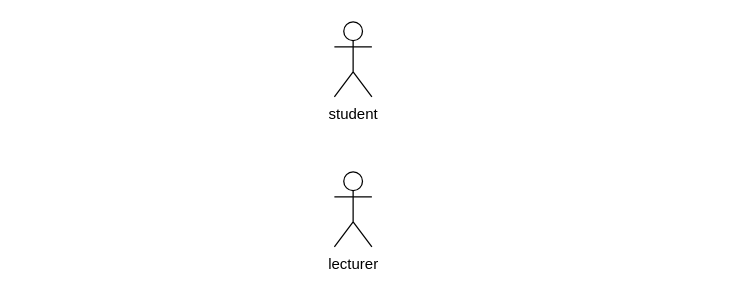
drshahizan/software-engineering keeps this draw.io diagram as project/drawio/josephlau2003.drawio. Above is the earlier version. Source tidied: cells renumbered, new cells numbered last; positions are measured from the earlier drawing's top-left corner, leaving out a move shared by most shapes. Both pictures are drawn from the tidied source at 125%, with x=0, y=0 at pixel (334, 21).
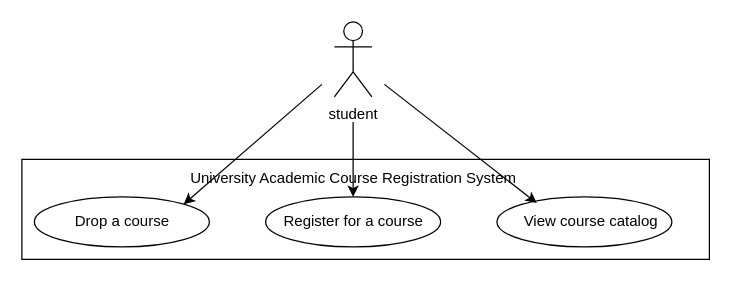
After the change.

Change to the diagram source:
```diff
@@
 <mxGraphModel>
   <root>
     <mxCell id="0" />
     <mxCell id="1" parent="0" />
     <mxCell id="2" value="student" style="shape=umlActor;verticalLabelPosition=bottom;verticalAlign=top;html=1;" parent="1" vertex="1">
       <mxGeometry width="30" height="60" as="geometry" />
     </mxCell>
-    <mxCell id="3" value="lecturer" style="shape=umlActor;verticalLabelPosition=bottom;verticalAlign=top;html=1;" parent="1" vertex="1">
-      <mxGeometry y="120" width="30" height="60" as="geometry" />
-    </mxCell>
+    <mxCell id="4" style="rounded=0;whiteSpace=wrap;html=1;" parent="1" vertex="1">
+      <mxGeometry x="-250" y="110" width="550" height="80" as="geometry" />
+    </mxCell>
+    <mxCell id="5" value="&lt;span style=&quot;text-align: left;&quot;&gt;University Academic Course Registration System&lt;/span&gt;" style="text;html=1;align=center;verticalAlign=middle;strokeColor=none;fillColor=none;" parent="1" vertex="1">
+      <mxGeometry x="-125" y="110" width="280" height="30" as="geometry" />
+    </mxCell>
+    <mxCell id="6" style="ellipse;whiteSpace=wrap;html=1;" parent="1" vertex="1">
+      <mxGeometry x="-240" y="140" width="140" height="40" as="geometry" />
+    </mxCell>
+    <mxCell id="7" style="ellipse;whiteSpace=wrap;html=1;" parent="1" vertex="1">
+      <mxGeometry x="-55" y="140" width="140" height="40" as="geometry" />
+    </mxCell>
+    <mxCell id="8" style="ellipse;whiteSpace=wrap;html=1;" parent="1" vertex="1">
+      <mxGeometry x="130" y="140" width="140" height="40" as="geometry" />
+    </mxCell>
+    <mxCell id="9" style="endArrow=classic;html=1;entryX=1;entryY=0;entryDx=0;entryDy=0;" parent="1" edge="1" target="6">
+      <mxGeometry relative="1" as="geometry">
+        <mxPoint x="-10" y="50" as="sourcePoint" />
+      </mxGeometry>
+    </mxCell>
+    <mxCell id="10" style="endArrow=classic;html=1;entryX=0.5;entryY=0;entryDx=0;entryDy=0;" parent="1" edge="1" target="7">
+      <mxGeometry relative="1" as="geometry">
+        <mxPoint x="15" y="80" as="sourcePoint" />
+      </mxGeometry>
+    </mxCell>
+    <mxCell id="11" style="endArrow=classic;html=1;entryX=0.228;entryY=0.124;entryDx=0;entryDy=0;entryPerimeter=0;" parent="1" edge="1" target="8">
+      <mxGeometry relative="1" as="geometry">
+        <mxPoint x="40" y="50" as="sourcePoint" />
+      </mxGeometry>
+    </mxCell>
+    <mxCell id="12" value="&lt;span style=&quot;text-align: left;&quot;&gt;Drop a course&lt;/span&gt;" style="text;html=1;align=center;verticalAlign=middle;strokeColor=none;fillColor=none;" parent="1" vertex="1">
+      <mxGeometry x="-220" y="145" width="100" height="30" as="geometry" />
+    </mxCell>
+    <mxCell id="13" value="&lt;span style=&quot;text-align: left;&quot;&gt;Register for a course&lt;/span&gt;" style="text;html=1;align=center;verticalAlign=middle;strokeColor=none;fillColor=none;" parent="1" vertex="1">
+      <mxGeometry x="-50" y="145" width="130" height="30" as="geometry" />
+    </mxCell>
+    <mxCell id="14" value="&lt;span style=&quot;text-align: left;&quot;&gt;View course catalog&lt;/span&gt;" style="text;html=1;align=center;verticalAlign=middle;strokeColor=none;fillColor=none;" parent="1" vertex="1">
+      <mxGeometry x="140" y="145" width="130" height="30" as="geometry" />
+    </mxCell>
   </root>
 </mxGraphModel>
```
